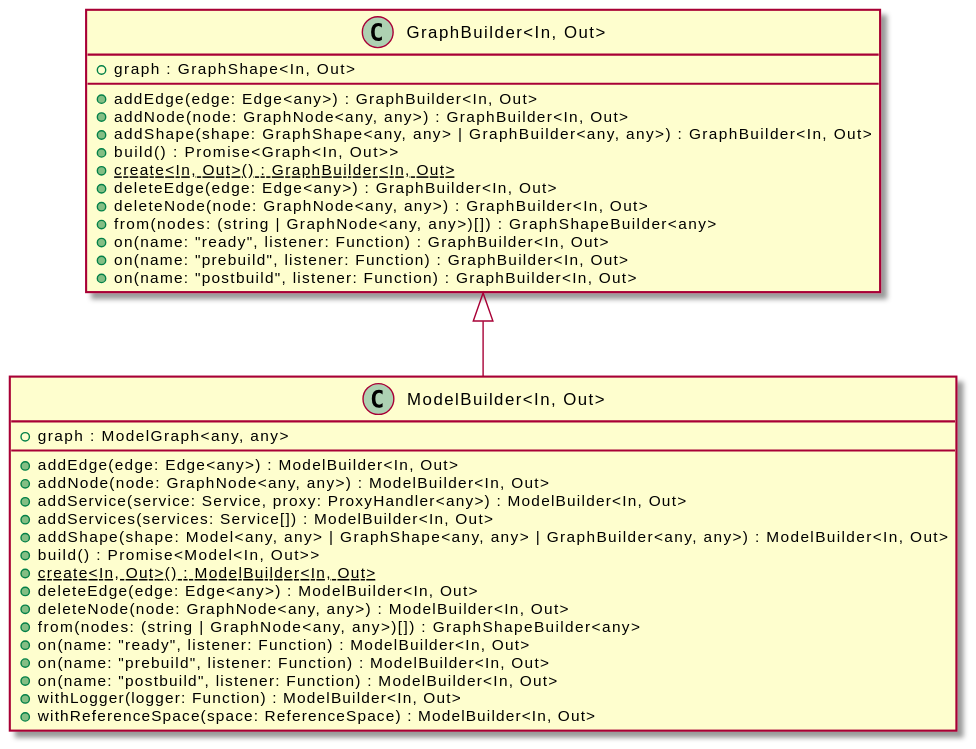
This is assets/ModelBuilder-umlClassDiagram-9896.svg from OpenHPS/openhps-core, a PlantUML export, as it was before one commit. Its diagram source:
```plantuml
@startuml
skinparam BackgroundColor transparent
hide empty methods
hide empty fields
class "ModelBuilder<In, Out>" {
    +graph : ModelGraph<any, any>
    +addEdge(edge: Edge<any>) : ModelBuilder<In, Out>
    +addNode(node: GraphNode<any, any>) : ModelBuilder<In, Out>
    +addService(service: Service, proxy: ProxyHandler<any>) : ModelBuilder<In, Out>
    +addServices(services: Service[]) : ModelBuilder<In, Out>
    +addShape(shape: Model<any, any> | GraphShape<any, any> | GraphBuilder<any, any>) : ModelBuilder<In, Out>
    +build() : Promise<Model<In, Out>>
    {static} +create<In, Out>() : ModelBuilder<In, Out>
    +deleteEdge(edge: Edge<any>) : ModelBuilder<In, Out>
    +deleteNode(node: GraphNode<any, any>) : ModelBuilder<In, Out>
    +from(nodes: (string | GraphNode<any, any>)[]) : GraphShapeBuilder<any>
    +on(name: "ready", listener: Function) : ModelBuilder<In, Out>
    +on(name: "prebuild", listener: Function) : ModelBuilder<In, Out>
    +on(name: "postbuild", listener: Function) : ModelBuilder<In, Out>
    +withLogger(logger: Function) : ModelBuilder<In, Out>
    +withReferenceSpace(space: ReferenceSpace) : ModelBuilder<In, Out>
}
class "GraphBuilder<In, Out>" {
    +graph : GraphShape<In, Out>
    +addEdge(edge: Edge<any>) : GraphBuilder<In, Out>
    +addNode(node: GraphNode<any, any>) : GraphBuilder<In, Out>
    +addShape(shape: GraphShape<any, any> | GraphBuilder<any, any>) : GraphBuilder<In, Out>
    +build() : Promise<Graph<In, Out>>
    {static} +create<In, Out>() : GraphBuilder<In, Out>
    +deleteEdge(edge: Edge<any>) : GraphBuilder<In, Out>
    +deleteNode(node: GraphNode<any, any>) : GraphBuilder<In, Out>
    +from(nodes: (string | GraphNode<any, any>)[]) : GraphShapeBuilder<any>
    +on(name: "ready", listener: Function) : GraphBuilder<In, Out>
    +on(name: "prebuild", listener: Function) : GraphBuilder<In, Out>
    +on(name: "postbuild", listener: Function) : GraphBuilder<In, Out>
}
"GraphBuilder<In, Out>" <|-- "ModelBuilder<In, Out>"
@enduml
```
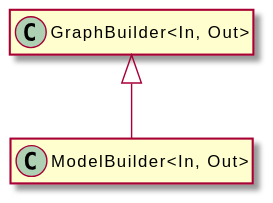
The same file after the commit.

Change to the diagram source:
```diff
@@ -3,36 +3,8 @@
 hide empty methods
 hide empty fields
 class "ModelBuilder<In, Out>" {
-    +graph : ModelGraph<any, any>
-    +addEdge(edge: Edge<any>) : ModelBuilder<In, Out>
-    +addNode(node: GraphNode<any, any>) : ModelBuilder<In, Out>
-    +addService(service: Service, proxy: ProxyHandler<any>) : ModelBuilder<In, Out>
-    +addServices(services: Service[]) : ModelBuilder<In, Out>
-    +addShape(shape: Model<any, any> | GraphShape<any, any> | GraphBuilder<any, any>) : ModelBuilder<In, Out>
-    +build() : Promise<Model<In, Out>>
-    {static} +create<In, Out>() : ModelBuilder<In, Out>
-    +deleteEdge(edge: Edge<any>) : ModelBuilder<In, Out>
-    +deleteNode(node: GraphNode<any, any>) : ModelBuilder<In, Out>
-    +from(nodes: (string | GraphNode<any, any>)[]) : GraphShapeBuilder<any>
-    +on(name: "ready", listener: Function) : ModelBuilder<In, Out>
-    +on(name: "prebuild", listener: Function) : ModelBuilder<In, Out>
-    +on(name: "postbuild", listener: Function) : ModelBuilder<In, Out>
-    +withLogger(logger: Function) : ModelBuilder<In, Out>
-    +withReferenceSpace(space: ReferenceSpace) : ModelBuilder<In, Out>
 }
 class "GraphBuilder<In, Out>" {
-    +graph : GraphShape<In, Out>
-    +addEdge(edge: Edge<any>) : GraphBuilder<In, Out>
-    +addNode(node: GraphNode<any, any>) : GraphBuilder<In, Out>
-    +addShape(shape: GraphShape<any, any> | GraphBuilder<any, any>) : GraphBuilder<In, Out>
-    +build() : Promise<Graph<In, Out>>
-    {static} +create<In, Out>() : GraphBuilder<In, Out>
-    +deleteEdge(edge: Edge<any>) : GraphBuilder<In, Out>
-    +deleteNode(node: GraphNode<any, any>) : GraphBuilder<In, Out>
-    +from(nodes: (string | GraphNode<any, any>)[]) : GraphShapeBuilder<any>
-    +on(name: "ready", listener: Function) : GraphBuilder<In, Out>
-    +on(name: "prebuild", listener: Function) : GraphBuilder<In, Out>
-    +on(name: "postbuild", listener: Function) : GraphBuilder<In, Out>
 }
 "GraphBuilder<In, Out>" <|-- "ModelBuilder<In, Out>"
 @enduml
```
